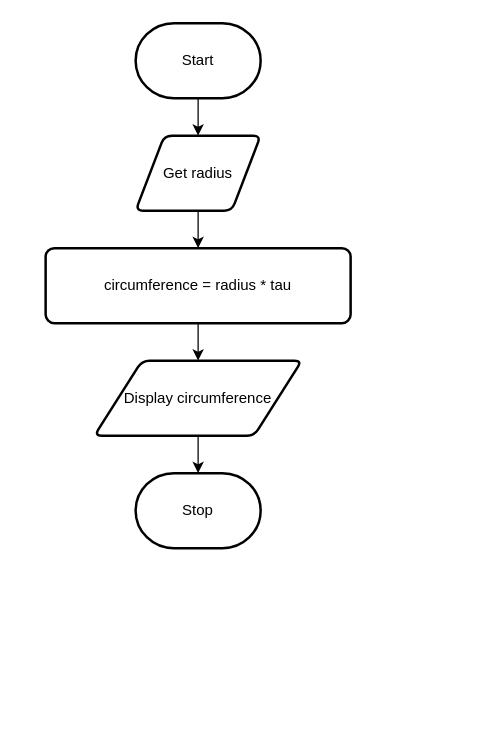
The draw.io diagram page "Flowchart" (2 of 2) of design.drawio in Samuel-Webster-178/ICS3U-Unit4-Unit4-01-Python, before the edit. Source tidied: cells renumbered, new cells numbered last; positions are measured from the earlier drawing's top-left corner, leaving out a move shared by most shapes. Both pictures are drawn from the tidied source at 125%, with x=0, y=0 at pixel (45, 22).
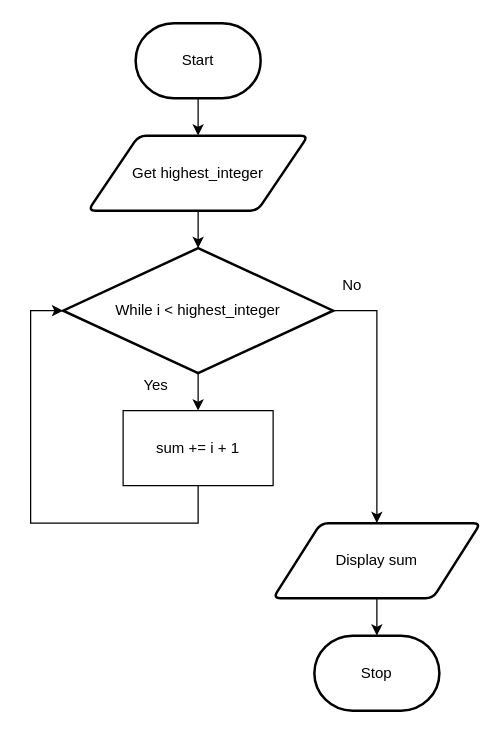
The same diagram, later.

Change to the diagram source:
```diff
@@
 <mxGraphModel>
   <root>
     <mxCell id="0" />
     <mxCell id="1" parent="0" />
     <mxCell id="2" style="edgeStyle=none;html=1;" parent="1" edge="1" source="3" target="5">
       <mxGeometry relative="1" as="geometry" />
     </mxCell>
     <mxCell id="3" value="Start" style="strokeWidth=2;html=1;shape=mxgraph.flowchart.terminator;whiteSpace=wrap;" parent="1" vertex="1">
       <mxGeometry x="72" width="100" height="60" as="geometry" />
     </mxCell>
-    <mxCell id="4" style="edgeStyle=none;html=1;" parent="1" edge="1" source="5" target="7">
-      <mxGeometry relative="1" as="geometry" />
+    <mxCell id="4" style="edgeStyle=none;html=1;" parent="1" edge="1" source="5">
+      <mxGeometry relative="1" as="geometry">
+        <mxPoint x="122" y="180" as="targetPoint" />
+      </mxGeometry>
     </mxCell>
-    <mxCell id="5" value="Get radius" style="shape=parallelogram;html=1;strokeWidth=2;perimeter=parallelogramPerimeter;whiteSpace=wrap;rounded=1;arcSize=12;size=0.23;" parent="1" vertex="1">
-      <mxGeometry x="72" y="90" width="100" height="60" as="geometry" />
+    <mxCell id="5" value="Get highest_integer" style="shape=parallelogram;html=1;strokeWidth=2;perimeter=parallelogramPerimeter;whiteSpace=wrap;rounded=1;arcSize=12;size=0.23;" parent="1" vertex="1">
+      <mxGeometry x="34" y="90" width="176" height="60" as="geometry" />
     </mxCell>
-    <mxCell id="6" style="edgeStyle=none;html=1;" parent="1" edge="1" source="7" target="9">
-      <mxGeometry relative="1" as="geometry" />
-    </mxCell>
-    <mxCell id="7" value="circumference = radius * tau" style="rounded=1;whiteSpace=wrap;html=1;absoluteArcSize=1;arcSize=14;strokeWidth=2;" parent="1" vertex="1">
-      <mxGeometry y="180" width="244" height="60" as="geometry" />
-    </mxCell>
     <mxCell id="8" style="edgeStyle=none;html=1;" parent="1" edge="1" source="9" target="10">
       <mxGeometry relative="1" as="geometry" />
     </mxCell>
-    <mxCell id="9" value="Display circumference" style="shape=parallelogram;html=1;strokeWidth=2;perimeter=parallelogramPerimeter;whiteSpace=wrap;rounded=1;arcSize=12;size=0.23;" parent="1" vertex="1">
-      <mxGeometry x="39" y="270" width="166" height="60" as="geometry" />
+    <mxCell id="9" value="Display sum" style="shape=parallelogram;html=1;strokeWidth=2;perimeter=parallelogramPerimeter;whiteSpace=wrap;rounded=1;arcSize=12;size=0.23;" parent="1" vertex="1">
+      <mxGeometry x="182" y="400" width="166" height="60" as="geometry" />
     </mxCell>
     <mxCell id="10" value="Stop" style="strokeWidth=2;html=1;shape=mxgraph.flowchart.terminator;whiteSpace=wrap;" parent="1" vertex="1">
-      <mxGeometry x="72" y="360" width="100" height="60" as="geometry" />
+      <mxGeometry x="215" y="490" width="100" height="60" as="geometry" />
     </mxCell>
+    <mxCell id="11" style="edgeStyle=none;html=1;" parent="1" edge="1" source="13" target="15">
+      <mxGeometry relative="1" as="geometry" />
+    </mxCell>
+    <mxCell id="12" style="edgeStyle=orthogonalEdgeStyle;rounded=0;html=1;entryX=0.5;entryY=0;entryDx=0;entryDy=0;" parent="1" edge="1" source="13" target="9">
+      <mxGeometry relative="1" as="geometry">
+        <Array as="points">
+          <mxPoint x="265" y="230" />
+        </Array>
+      </mxGeometry>
+    </mxCell>
+    <mxCell id="13" value="While i &amp;lt; highest_integer" style="strokeWidth=2;html=1;shape=mxgraph.flowchart.decision;whiteSpace=wrap;" parent="1" vertex="1">
+      <mxGeometry x="14" y="180" width="216" height="100" as="geometry" />
+    </mxCell>
+    <mxCell id="14" style="edgeStyle=orthogonalEdgeStyle;html=1;entryX=0;entryY=0.5;entryDx=0;entryDy=0;entryPerimeter=0;rounded=0;" parent="1" edge="1" source="15" target="13">
+      <mxGeometry relative="1" as="geometry">
+        <Array as="points">
+          <mxPoint x="122" y="400" />
+          <mxPoint x="-12" y="400" />
+          <mxPoint x="-12" y="230" />
+        </Array>
+      </mxGeometry>
+    </mxCell>
+    <mxCell id="15" value="sum += i + 1" style="rounded=0;whiteSpace=wrap;html=1;" parent="1" vertex="1">
+      <mxGeometry x="62" y="310" width="120" height="60" as="geometry" />
+    </mxCell>
+    <mxCell id="16" value="Yes" style="text;html=1;align=center;verticalAlign=middle;strokeColor=none;fillColor=none;" parent="1" vertex="1">
+      <mxGeometry x="68" y="280" width="40" height="20" as="geometry" />
+    </mxCell>
+    <mxCell id="17" value="No" style="text;html=1;align=center;verticalAlign=middle;strokeColor=none;fillColor=none;" parent="1" vertex="1">
+      <mxGeometry x="230" y="200" width="30" height="20" as="geometry" />
+    </mxCell>
   </root>
 </mxGraphModel>
```
